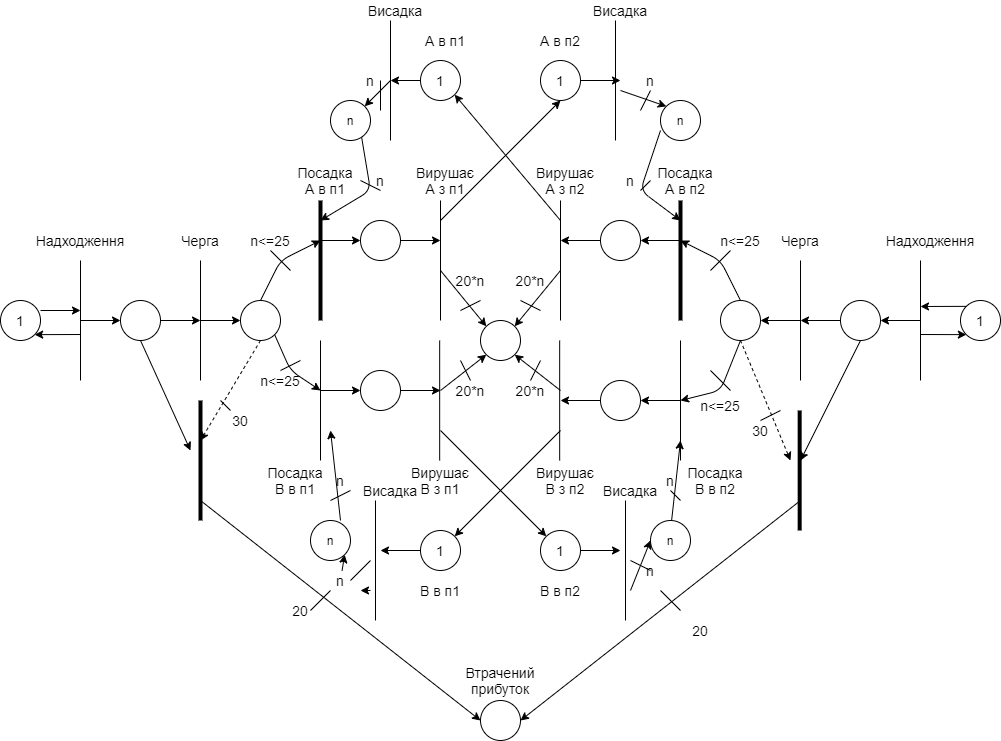
Before: MSlab6/микроавтобусы.png, a diagram exported from draw.io (ojdmytruk/SystemModeling_sem7). Source tidied: cells renumbered, new cells last; positions are measured from the earlier drawing's top-left corner, leaving out a move shared by most shapes.
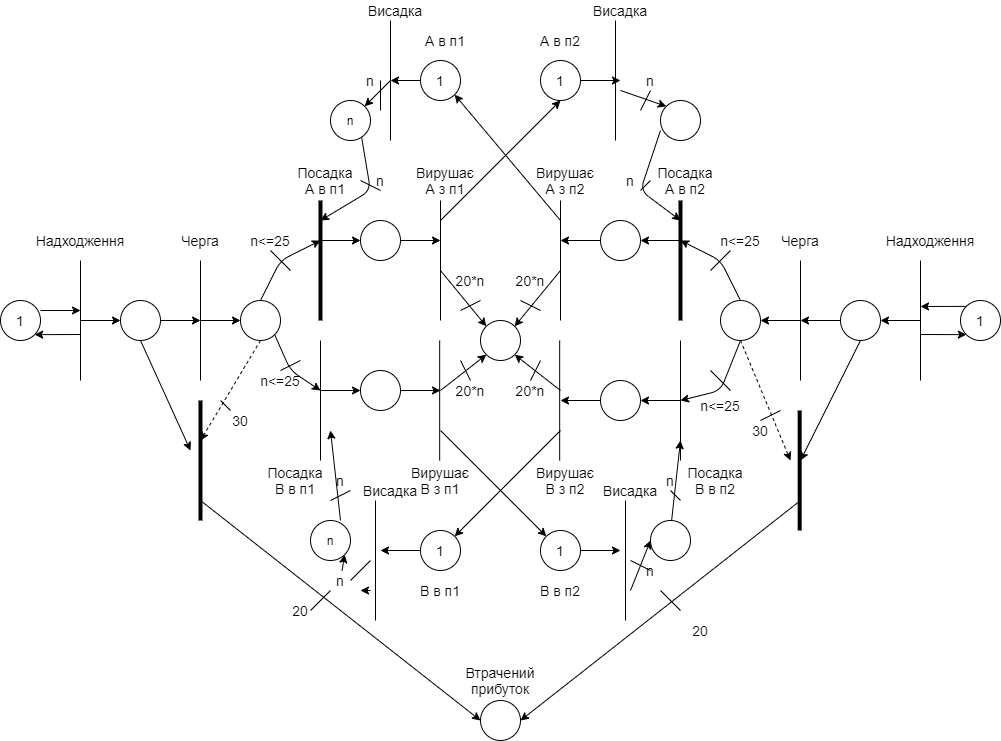
Later version of the same file.

The edit, as a diff of the source:
```diff
@@ -580,7 +580,7 @@
         <mxPoint x="680" y="440" as="targetPoint" />
       </mxGeometry>
     </mxCell>
-    <mxCell id="125" value="n" style="ellipse;whiteSpace=wrap;html=1;" parent="1" vertex="1">
+    <mxCell id="125" style="ellipse;whiteSpace=wrap;html=1;" parent="1" vertex="1">
       <mxGeometry x="660" y="100" width="40" height="40" as="geometry" />
     </mxCell>
     <mxCell id="126" value="n" style="ellipse;whiteSpace=wrap;html=1;" parent="1" vertex="1">
@@ -589,7 +589,7 @@
     <mxCell id="127" value="n" style="ellipse;whiteSpace=wrap;html=1;" parent="1" vertex="1">
       <mxGeometry x="310" y="520" width="40" height="40" as="geometry" />
     </mxCell>
-    <mxCell id="128" value="n" style="ellipse;whiteSpace=wrap;html=1;" parent="1" vertex="1">
+    <mxCell id="128" style="ellipse;whiteSpace=wrap;html=1;" parent="1" vertex="1">
       <mxGeometry x="650" y="520" width="40" height="40" as="geometry" />
     </mxCell>
     <mxCell id="129" style="endArrow=classic;html=1;strokeWidth=1;entryX=1;entryY=0;entryDx=0;entryDy=0;" parent="1" edge="1" target="126">
```
